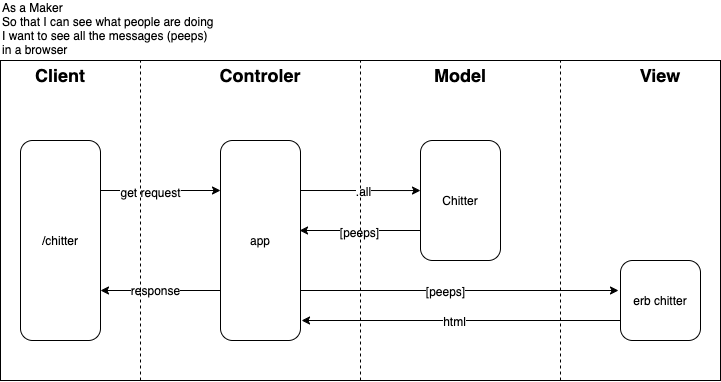
Before: docs/1st user story domain model.png, a diagram exported from draw.io (makersacademy/chitter-challenge-apprenticeships). Source tidied: cells renumbered, new cells last; positions are measured from the earlier drawing's top-left corner, leaving out a move shared by most shapes. The source it was exported from:
```xml
<mxGraphModel>
  <root>
    <mxCell id="0" />
    <mxCell id="1" parent="0" />
    <mxCell id="2" style="rounded=0;whiteSpace=wrap;html=1;fontSize=12;" parent="1" vertex="1">
      <mxGeometry y="40" width="720" height="320" as="geometry" />
    </mxCell>
    <mxCell id="3" style="edgeStyle=orthogonalEdgeStyle;rounded=0;jettySize=auto;html=1;exitX=1;exitY=0.25;exitDx=0;exitDy=0;entryX=0;entryY=0.25;entryDx=0;entryDy=0;fontSize=18;" parent="1" edge="1" source="5" target="12">
      <mxGeometry relative="1" as="geometry" />
    </mxCell>
    <mxCell id="4" value="&lt;font style=&quot;font-size: 12px&quot;&gt;get request&lt;/font&gt;" style="edgeLabel;html=1;align=center;verticalAlign=middle;fontSize=18;" parent="3" vertex="1">
      <mxGeometry x="-0.18" y="1" relative="1" as="geometry" />
    </mxCell>
    <mxCell id="5" value="/chitter" style="rounded=1;whiteSpace=wrap;html=1;fontSize=12;glass=0;strokeWidth=1;shadow=0;" parent="1" vertex="1">
      <mxGeometry x="20" y="120" width="80" height="200" as="geometry" />
    </mxCell>
    <mxCell id="6" style="edgeStyle=orthogonalEdgeStyle;rounded=0;jettySize=auto;html=1;exitX=0;exitY=0.75;exitDx=0;exitDy=0;entryX=1;entryY=0.75;entryDx=0;entryDy=0;fontSize=18;" parent="1" edge="1" source="12" target="5">
      <mxGeometry relative="1" as="geometry" />
    </mxCell>
    <mxCell id="7" value="response" style="edgeLabel;html=1;align=center;verticalAlign=middle;fontSize=12;" parent="6" vertex="1">
      <mxGeometry x="0.1" y="-1" relative="1" as="geometry" />
    </mxCell>
    <mxCell id="8" style="edgeStyle=orthogonalEdgeStyle;rounded=0;jettySize=auto;html=1;exitX=1;exitY=0.25;exitDx=0;exitDy=0;entryX=0;entryY=0.417;entryDx=0;entryDy=0;entryPerimeter=0;fontSize=18;" parent="1" edge="1" source="12" target="15">
      <mxGeometry relative="1" as="geometry" />
    </mxCell>
    <mxCell id="9" value=".all" style="edgeLabel;html=1;align=center;verticalAlign=middle;fontSize=12;" parent="8" vertex="1">
      <mxGeometry x="0.05" relative="1" as="geometry" />
    </mxCell>
    <mxCell id="10" style="edgeStyle=orthogonalEdgeStyle;rounded=0;jettySize=auto;html=1;exitX=1;exitY=0.75;exitDx=0;exitDy=0;entryX=-0.025;entryY=0.375;entryDx=0;entryDy=0;entryPerimeter=0;fontSize=18;" parent="1" edge="1" source="12" target="18">
      <mxGeometry relative="1" as="geometry" />
    </mxCell>
    <mxCell id="11" value="[peeps]" style="edgeLabel;html=1;align=center;verticalAlign=middle;fontSize=12;" parent="10" vertex="1">
      <mxGeometry x="-0.09" relative="1" as="geometry" />
    </mxCell>
    <mxCell id="12" value="app" style="rounded=1;whiteSpace=wrap;html=1;fontSize=12;glass=0;strokeWidth=1;shadow=0;" parent="1" vertex="1">
      <mxGeometry x="220" y="120" width="80" height="200" as="geometry" />
    </mxCell>
    <mxCell id="13" style="edgeStyle=orthogonalEdgeStyle;rounded=0;jettySize=auto;html=1;exitX=0;exitY=0.75;exitDx=0;exitDy=0;fontSize=18;entryX=0.988;entryY=0.45;entryDx=0;entryDy=0;entryPerimeter=0;" parent="1" edge="1" source="15" target="12">
      <mxGeometry relative="1" as="geometry" />
    </mxCell>
    <mxCell id="14" value="[peeps]" style="edgeLabel;html=1;align=center;verticalAlign=middle;fontSize=12;" parent="13" vertex="1">
      <mxGeometry x="0.03" y="1" relative="1" as="geometry" />
    </mxCell>
    <mxCell id="15" value="Chitter" style="rounded=1;whiteSpace=wrap;html=1;fontSize=12;glass=0;strokeWidth=1;shadow=0;" parent="1" vertex="1">
      <mxGeometry x="420" y="120" width="80" height="120" as="geometry" />
    </mxCell>
    <mxCell id="16" style="edgeStyle=orthogonalEdgeStyle;rounded=0;jettySize=auto;html=1;exitX=0;exitY=0.75;exitDx=0;exitDy=0;entryX=1.013;entryY=0.9;entryDx=0;entryDy=0;entryPerimeter=0;fontSize=18;" parent="1" edge="1" source="18" target="12">
      <mxGeometry relative="1" as="geometry" />
    </mxCell>
    <mxCell id="17" value="html" style="edgeLabel;html=1;align=center;verticalAlign=middle;fontSize=12;" parent="16" vertex="1">
      <mxGeometry x="0.05" relative="1" as="geometry" />
    </mxCell>
    <mxCell id="18" value="erb chitter" style="rounded=1;whiteSpace=wrap;html=1;fontSize=12;glass=0;strokeWidth=1;shadow=0;" parent="1" vertex="1">
      <mxGeometry x="620" y="240" width="80" height="80" as="geometry" />
    </mxCell>
    <mxCell id="19" value="&lt;font style=&quot;font-size: 18px&quot;&gt;&lt;b&gt;Client&lt;/b&gt;&lt;/font&gt;" style="text;html=1;strokeColor=none;fillColor=none;align=center;verticalAlign=middle;whiteSpace=wrap;rounded=0;" parent="1" vertex="1">
      <mxGeometry x="30" y="40" width="60" height="30" as="geometry" />
    </mxCell>
    <mxCell id="20" value="&lt;font style=&quot;font-size: 18px&quot;&gt;&lt;b&gt;Controler&lt;/b&gt;&lt;/font&gt;" style="text;html=1;strokeColor=none;fillColor=none;align=center;verticalAlign=middle;whiteSpace=wrap;rounded=0;" parent="1" vertex="1">
      <mxGeometry x="230" y="40" width="60" height="30" as="geometry" />
    </mxCell>
    <mxCell id="21" value="&lt;font style=&quot;font-size: 18px&quot;&gt;&lt;b&gt;Model&lt;/b&gt;&lt;/font&gt;" style="text;html=1;strokeColor=none;fillColor=none;align=center;verticalAlign=middle;whiteSpace=wrap;rounded=0;" parent="1" vertex="1">
      <mxGeometry x="430" y="40" width="60" height="30" as="geometry" />
    </mxCell>
    <mxCell id="22" value="&lt;font style=&quot;font-size: 18px&quot;&gt;&lt;b&gt;View&lt;/b&gt;&lt;/font&gt;" style="text;html=1;strokeColor=none;fillColor=none;align=center;verticalAlign=middle;whiteSpace=wrap;rounded=0;" parent="1" vertex="1">
      <mxGeometry x="630" y="40" width="60" height="30" as="geometry" />
    </mxCell>
    <mxCell id="23" style="endArrow=none;dashed=1;html=1;rounded=0;fontSize=12;" parent="1" edge="1">
      <mxGeometry relative="1" as="geometry">
        <mxPoint x="140" y="360" as="sourcePoint" />
        <mxPoint x="140" y="40" as="targetPoint" />
      </mxGeometry>
    </mxCell>
    <mxCell id="24" style="endArrow=none;dashed=1;html=1;rounded=0;fontSize=12;" parent="1" edge="1">
      <mxGeometry relative="1" as="geometry">
        <mxPoint x="360" y="360" as="sourcePoint" />
        <mxPoint x="360" y="40" as="targetPoint" />
      </mxGeometry>
    </mxCell>
    <mxCell id="25" style="endArrow=none;dashed=1;html=1;rounded=0;fontSize=12;" parent="1" edge="1">
      <mxGeometry relative="1" as="geometry">
        <mxPoint x="560" y="360" as="sourcePoint" />
        <mxPoint x="560" y="40" as="targetPoint" />
      </mxGeometry>
    </mxCell>
    <mxCell id="26" value="&lt;div&gt;As a Maker&lt;/div&gt;&lt;div&gt;So that I can see what people are doing&lt;/div&gt;&lt;div&gt;I want to see all the messages (peeps)&lt;/div&gt;&lt;div&gt;in a browser&lt;/div&gt;&lt;div&gt;&lt;br&gt;&lt;/div&gt;" style="text;html=1;strokeColor=none;fillColor=none;align=left;verticalAlign=middle;whiteSpace=wrap;rounded=0;fontSize=12;" parent="1" vertex="1">
      <mxGeometry width="220" height="30" as="geometry" />
    </mxCell>
  </root>
</mxGraphModel>
```
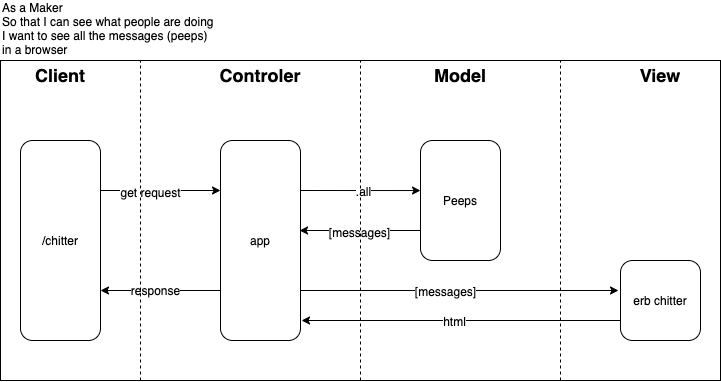
After the change.

Commit message:
Updates diagrams, added a view peeps

The edit, as a diff of the source:
```diff
@@ -29,7 +29,7 @@
     <mxCell id="10" style="edgeStyle=orthogonalEdgeStyle;rounded=0;jettySize=auto;html=1;exitX=1;exitY=0.75;exitDx=0;exitDy=0;entryX=-0.025;entryY=0.375;entryDx=0;entryDy=0;entryPerimeter=0;fontSize=18;" parent="1" edge="1" source="12" target="18">
       <mxGeometry relative="1" as="geometry" />
     </mxCell>
-    <mxCell id="11" value="[peeps]" style="edgeLabel;html=1;align=center;verticalAlign=middle;fontSize=12;" parent="10" vertex="1">
+    <mxCell id="11" value="[messages]" style="edgeLabel;html=1;align=center;verticalAlign=middle;fontSize=12;" parent="10" vertex="1">
       <mxGeometry x="-0.09" relative="1" as="geometry" />
     </mxCell>
     <mxCell id="12" value="app" style="rounded=1;whiteSpace=wrap;html=1;fontSize=12;glass=0;strokeWidth=1;shadow=0;" parent="1" vertex="1">
@@ -38,10 +38,10 @@
     <mxCell id="13" style="edgeStyle=orthogonalEdgeStyle;rounded=0;jettySize=auto;html=1;exitX=0;exitY=0.75;exitDx=0;exitDy=0;fontSize=18;entryX=0.988;entryY=0.45;entryDx=0;entryDy=0;entryPerimeter=0;" parent="1" edge="1" source="15" target="12">
       <mxGeometry relative="1" as="geometry" />
     </mxCell>
-    <mxCell id="14" value="[peeps]" style="edgeLabel;html=1;align=center;verticalAlign=middle;fontSize=12;" parent="13" vertex="1">
+    <mxCell id="14" value="[messages]" style="edgeLabel;html=1;align=center;verticalAlign=middle;fontSize=12;" parent="13" vertex="1">
       <mxGeometry x="0.03" y="1" relative="1" as="geometry" />
     </mxCell>
-    <mxCell id="15" value="Chitter" style="rounded=1;whiteSpace=wrap;html=1;fontSize=12;glass=0;strokeWidth=1;shadow=0;" parent="1" vertex="1">
+    <mxCell id="15" value="Peeps" style="rounded=1;whiteSpace=wrap;html=1;fontSize=12;glass=0;strokeWidth=1;shadow=0;" parent="1" vertex="1">
       <mxGeometry x="420" y="120" width="80" height="120" as="geometry" />
     </mxCell>
     <mxCell id="16" style="edgeStyle=orthogonalEdgeStyle;rounded=0;jettySize=auto;html=1;exitX=0;exitY=0.75;exitDx=0;exitDy=0;entryX=1.013;entryY=0.9;entryDx=0;entryDy=0;entryPerimeter=0;fontSize=18;" parent="1" edge="1" source="18" target="12">
```
